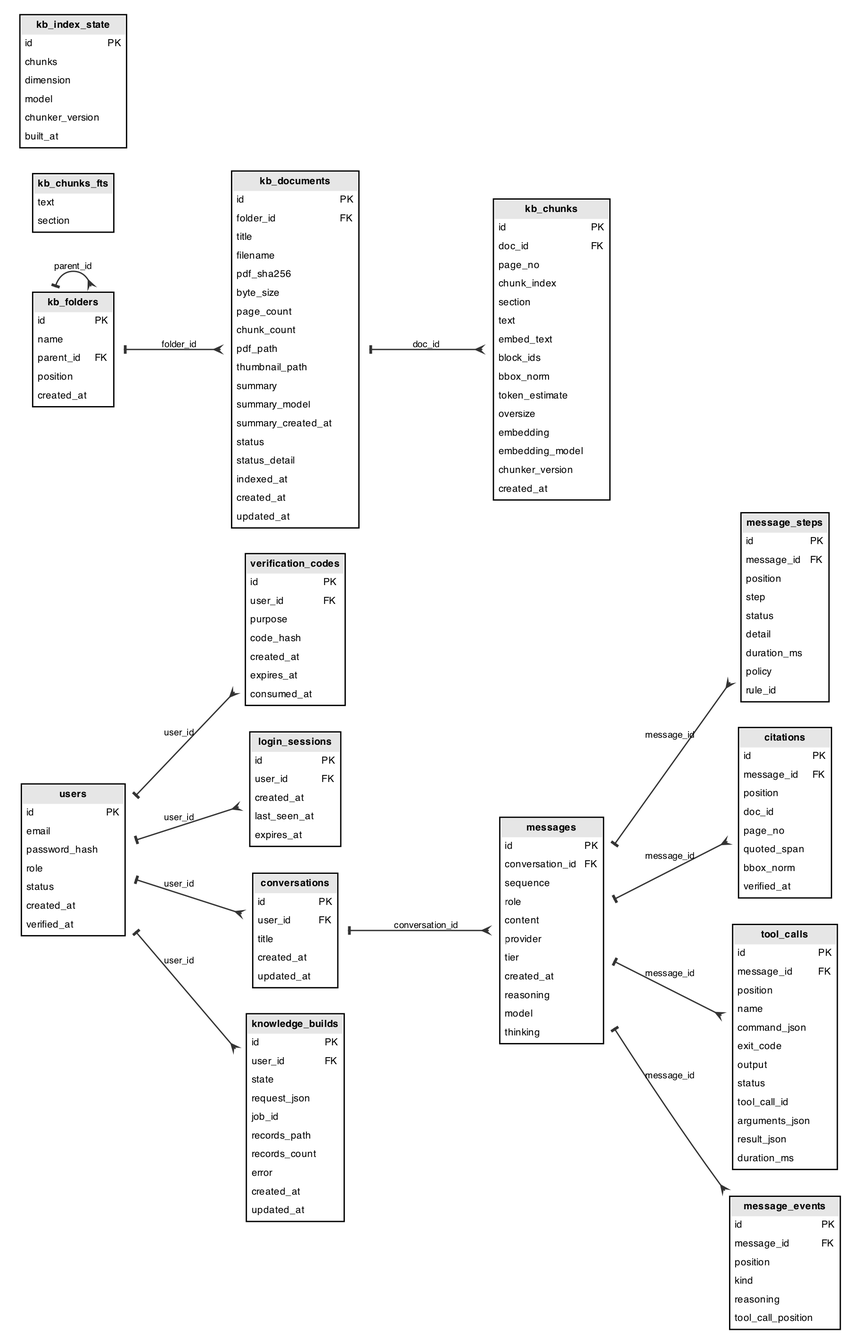
This is docs/figures/physical-db.png from Kane-LI-0114/verifiable-tutor, a Graphviz export, as it was before one commit. Its source is kept beside it as docs/figures/physical-db.dot.
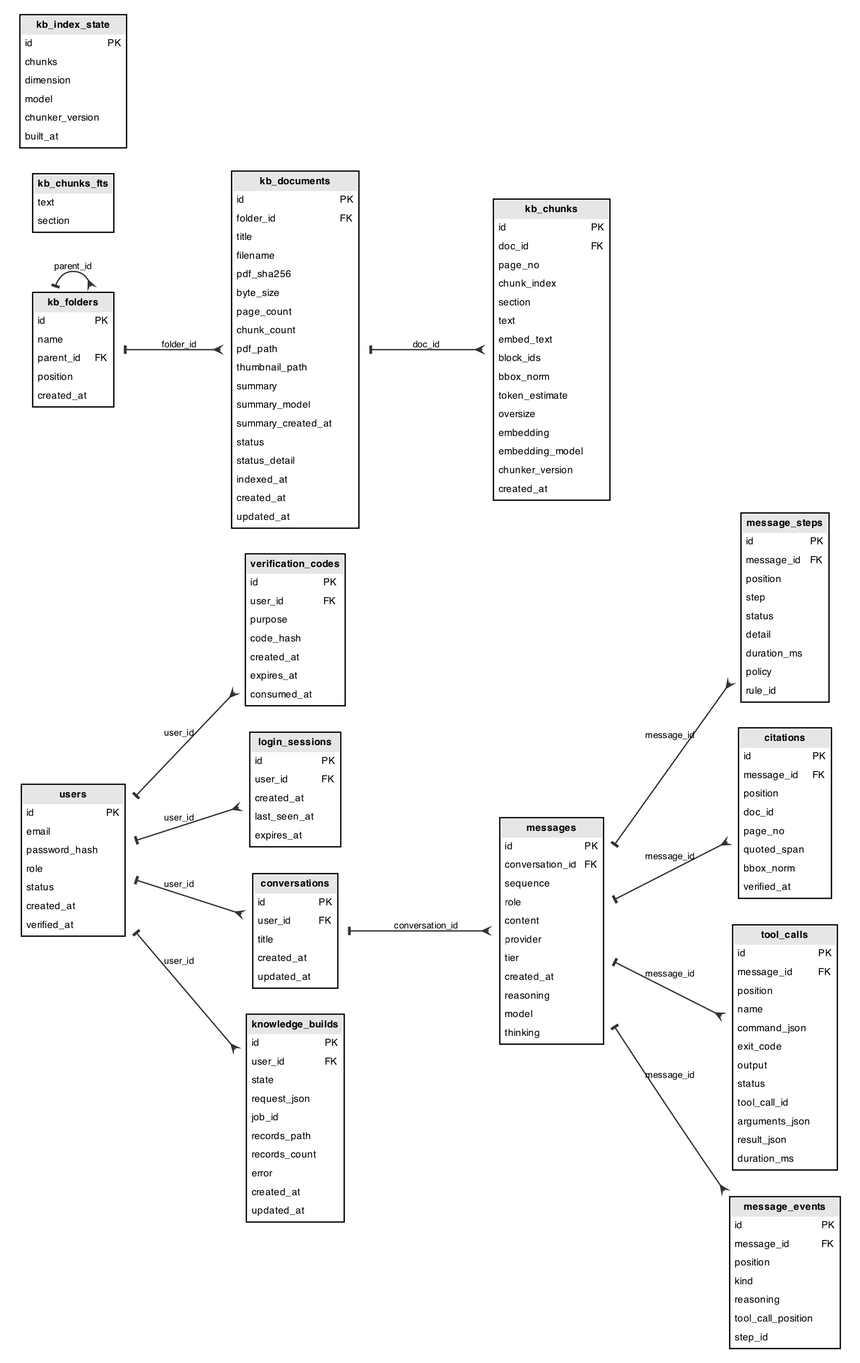
After the commit.

Change to the diagram source:
```diff
@@ -100,6 +100,7 @@
       <TR><TD ALIGN="LEFT">kind</TD><TD ALIGN="LEFT"></TD></TR>
       <TR><TD ALIGN="LEFT">reasoning</TD><TD ALIGN="LEFT"></TD></TR>
       <TR><TD ALIGN="LEFT">tool_call_position</TD><TD ALIGN="LEFT"></TD></TR>
+      <TR><TD ALIGN="LEFT">step_id</TD><TD ALIGN="LEFT"></TD></TR>
     </TABLE>>];
   knowledge_builds [label=<<TABLE BORDER="1" CELLBORDER="0" CELLSPACING="0" CELLPADDING="3" BGCOLOR="white">
       <TR><TD BGCOLOR="#e6e6e6" COLSPAN="2"><B>knowledge_builds</B></TD></TR>
```
